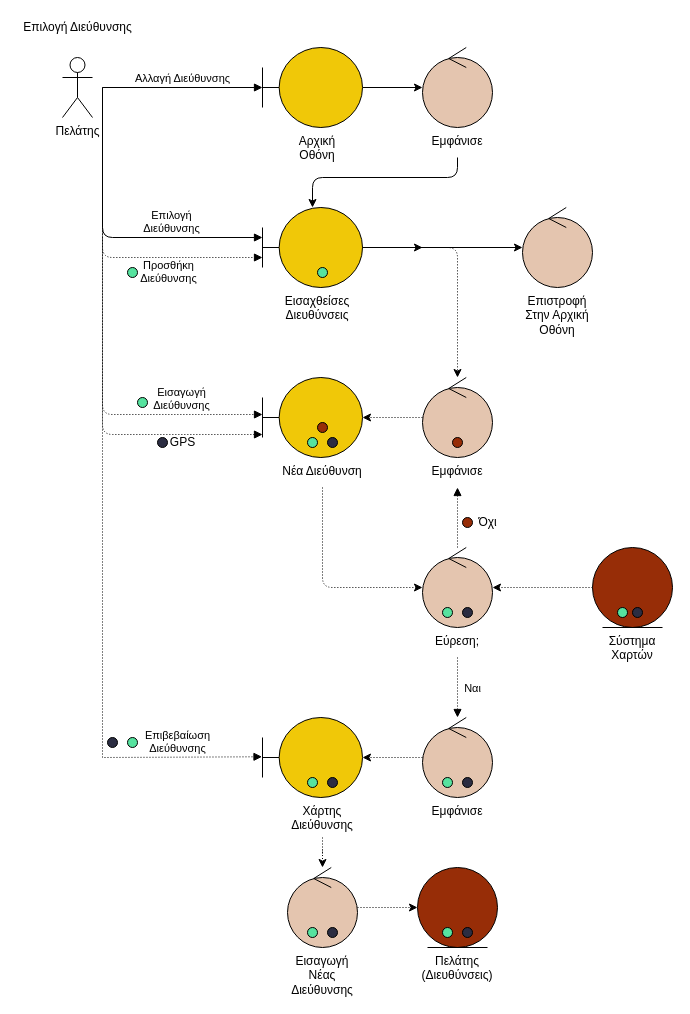
iloudaros/nomnomr keeps this draw.io diagram as docs/contributions/itsikelis/Phase 4/Robustness Diagrams v0.2/customer-select-address.drawio. Above is the earlier version. Source tidied: cells renumbered, new cells numbered last; positions are measured from the earlier drawing's top-left corner, leaving out a move shared by most shapes. Both pictures are drawn from the tidied source at 100%, with x=0, y=0 at pixel (17, 17).
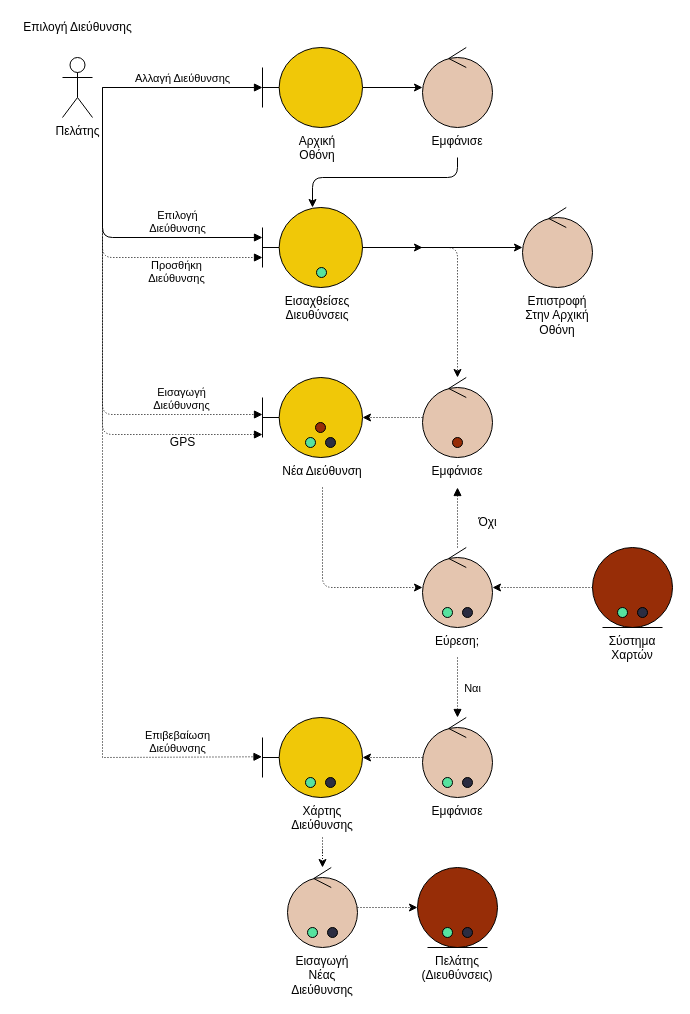
Above is the later version.

The edit, as a diff of the source:
```diff
@@
     <mxCell id="11" value="Επιλογή &lt;br&gt;Διεύθυνσης" style="html=1;verticalAlign=bottom;endArrow=block;rounded=1;labelBackgroundColor=none;align=center;" parent="1" edge="1">
-      <mxGeometry x="0.41" relative="1" as="geometry">
+      <mxGeometry x="0.45" relative="1" as="geometry">
         <mxPoint x="85" y="70" as="sourcePoint" />
         <mxPoint x="245" y="220" as="targetPoint" />
         <Array as="points">
           <mxPoint x="85" y="220" />
         </Array>
       </mxGeometry>
     </mxCell>
@@
     <mxCell id="13" value="Προσθήκη&lt;br&gt;Διεύθυνσης" style="html=1;verticalAlign=bottom;endArrow=block;rounded=1;fillColor=#e51400;strokeColor=#000000;labelBackgroundColor=none;align=center;dashed=1;dashPattern=1 2;" parent="1" edge="1">
-      <mxGeometry x="0.43" y="-30" relative="1" as="geometry">
+      <mxGeometry x="0.48" y="-30" relative="1" as="geometry">
         <mxPoint x="85" y="70" as="sourcePoint" />
         <mxPoint x="245" y="240" as="targetPoint" />
         <Array as="points">
           <mxPoint x="85" y="240" />
         </Array>
       </mxGeometry>
     </mxCell>
@@
     <mxCell id="47" style="shape=ellipse;fillColor=#56E39F;strokeColor=default;html=1;sketch=0;" parent="1" vertex="1">
-      <mxGeometry x="300" y="250" width="10" height="10" as="geometry" />
+      <mxGeometry x="299" y="250" width="10" height="10" as="geometry" />
     </mxCell>
-    <mxCell id="48" style="shape=ellipse;fillColor=#56E39F;strokeColor=default;html=1;sketch=0;" parent="1" vertex="1">
-      <mxGeometry x="110" y="250" width="10" height="10" as="geometry" />
-    </mxCell>
     <mxCell id="49" style="shape=ellipse;fillColor=#56E39F;strokeColor=default;html=1;sketch=0;" parent="1" vertex="1">
-      <mxGeometry x="290" y="420" width="10" height="10" as="geometry" />
+      <mxGeometry x="288" y="420" width="10" height="10" as="geometry" />
     </mxCell>
-    <mxCell id="50" style="shape=ellipse;fillColor=#56E39F;strokeColor=default;html=1;sketch=0;" parent="1" vertex="1">
-      <mxGeometry x="120" y="380" width="10" height="10" as="geometry" />
-    </mxCell>
@@
     <mxCell id="52" style="shape=ellipse;fillColor=#56E39F;strokeColor=default;html=1;sketch=0;" parent="1" vertex="1">
-      <mxGeometry x="290" y="760" width="10" height="10" as="geometry" />
+      <mxGeometry x="288" y="760" width="10" height="10" as="geometry" />
     </mxCell>
-    <mxCell id="53" style="shape=ellipse;fillColor=#56E39F;strokeColor=default;html=1;sketch=0;" parent="1" vertex="1">
-      <mxGeometry x="110" y="720" width="10" height="10" as="geometry" />
-    </mxCell>
@@
-    <mxCell id="56" style="shape=ellipse;fillColor=#2B2D42;strokeColor=default;html=1;sketch=0;" parent="1" vertex="1">
-      <mxGeometry x="140" y="420" width="10" height="10" as="geometry" />
-    </mxCell>
@@
     <mxCell id="58" style="shape=ellipse;fillColor=#2B2D42;strokeColor=default;html=1;sketch=0;" parent="1" vertex="1">
-      <mxGeometry x="310" y="420" width="10" height="10" as="geometry" />
+      <mxGeometry x="308" y="420" width="10" height="10" as="geometry" />
     </mxCell>
@@
     <mxCell id="61" style="shape=ellipse;fillColor=#2B2D42;strokeColor=default;html=1;sketch=0;" parent="1" vertex="1">
-      <mxGeometry x="310" y="760" width="10" height="10" as="geometry" />
+      <mxGeometry x="308" y="760" width="10" height="10" as="geometry" />
     </mxCell>
@@
-    <mxCell id="65" style="shape=ellipse;fillColor=#56E39F;strokeColor=default;html=1;sketch=0;" parent="1" vertex="1">
-      <mxGeometry x="600" y="590" width="10" height="10" as="geometry" />
-    </mxCell>
-    <mxCell id="66" style="shape=ellipse;fillColor=#2B2D42;strokeColor=default;html=1;sketch=0;" parent="1" vertex="1">
-      <mxGeometry x="615" y="590" width="10" height="10" as="geometry" />
-    </mxCell>
-    <mxCell id="67" style="shape=ellipse;fillColor=#2B2D42;strokeColor=default;html=1;sketch=0;" parent="1" vertex="1">
-      <mxGeometry x="90" y="720" width="10" height="10" as="geometry" />
-    </mxCell>
-    <mxCell id="68" style="shape=ellipse;fillColor=#972D07;strokeColor=default;html=1;sketch=0;" parent="1" vertex="1">
-      <mxGeometry x="445" y="500" width="10" height="10" as="geometry" />
-    </mxCell>
@@
     <mxCell id="71" style="shape=ellipse;fillColor=#972D07;strokeColor=default;html=1;sketch=0;" parent="1" vertex="1">
-      <mxGeometry x="300" y="405" width="10" height="10" as="geometry" />
+      <mxGeometry x="298" y="405" width="10" height="10" as="geometry" />
     </mxCell>
+    <mxCell id="65" style="shape=ellipse;fillColor=#56E39F;strokeColor=default;html=1;sketch=0;" parent="1" vertex="1">
+      <mxGeometry x="600" y="590" width="10" height="10" as="geometry" />
+    </mxCell>
+    <mxCell id="72" style="shape=ellipse;fillColor=#2B2D42;strokeColor=default;html=1;sketch=0;" parent="1" vertex="1">
+      <mxGeometry x="620" y="590" width="10" height="10" as="geometry" />
+    </mxCell>
```
